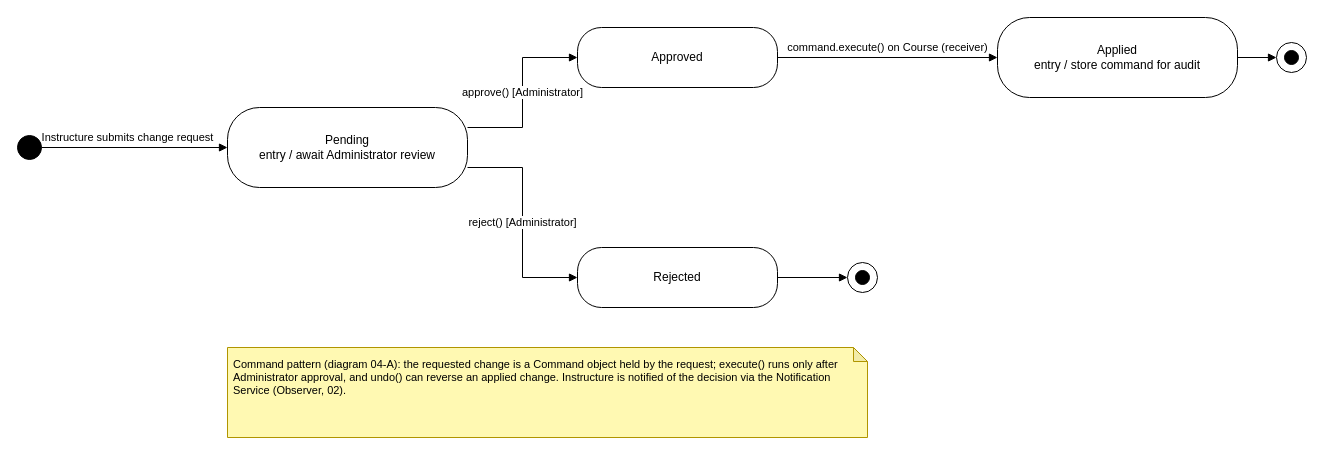
Above: Diagrams/State_diagrams/state-2-course-change-request.drawio in Tharusha-dev/soft_architect_redda (draw.io), before the change. Source tidied: cells renumbered, new cells numbered last; positions are measured from the earlier drawing's top-left corner, leaving out a move shared by most shapes. Both pictures are drawn from the tidied source at 100%, with x=0, y=0 at pixel (17, 17).
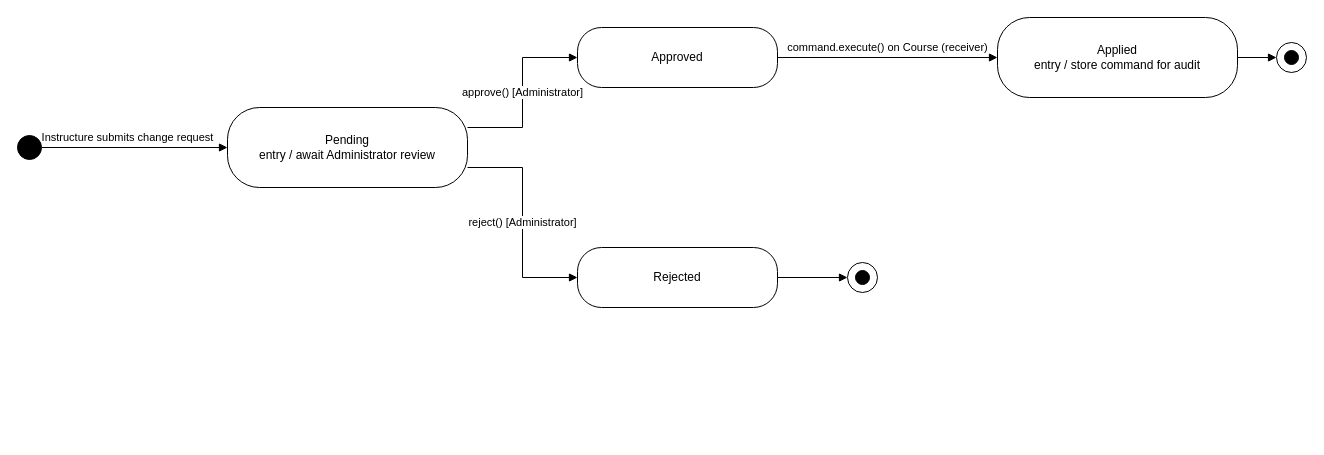
The same page after the edit.

Diff of the diagram source:
```diff
@@
-    <mxCell id="17" value="Command pattern (diagram 04-A): the requested change is a Command object held by the request; execute() runs only after Administrator approval, and undo() can reverse an applied change. Instructure is notified of the decision via the Notification Service (Observer, 02)." style="shape=note;whiteSpace=wrap;html=1;backgroundOutline=1;darkOpacity=0.05;fillColor=#FFF9B2;strokeColor=#B09500;size=14;align=left;verticalAlign=top;spacing=6;fontSize=11;" parent="1" vertex="1">
-      <mxGeometry x="210" y="330" width="640" height="90" as="geometry" />
-    </mxCell>
```
